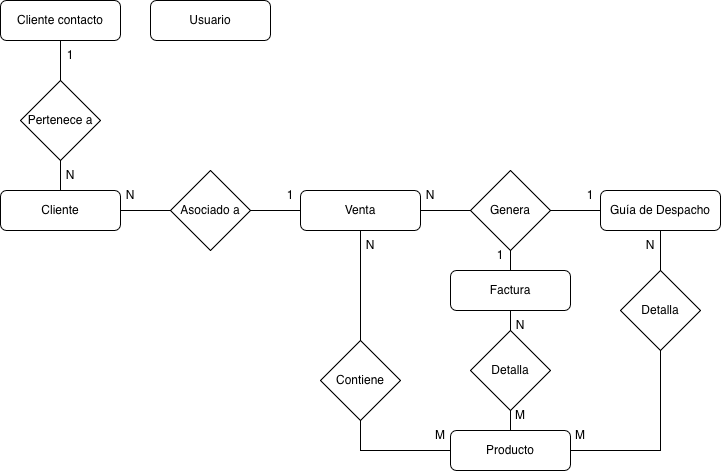
Above: DB/documentacion/entidad_relacion.png in DiegoBan/ProyectoArqSoftware (draw.io), before the change. Source tidied: cells renumbered, new cells last; positions are measured from the earlier drawing's top-left corner, leaving out a move shared by most shapes.
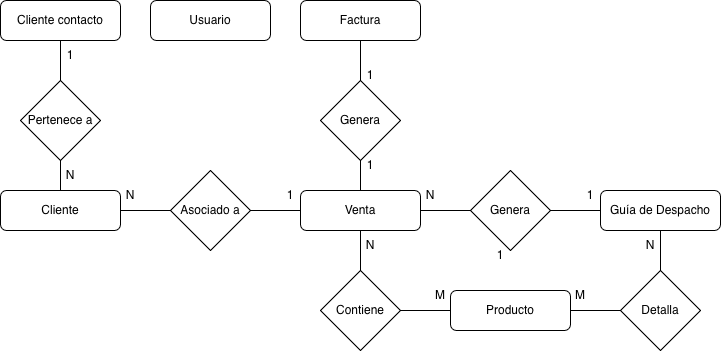
After the commit.

What changed in the source:
```diff
@@ -21,16 +21,16 @@
       <mxGeometry x="600" y="190" width="120" height="40" as="geometry" />
     </mxCell>
     <mxCell id="8" value="Factura" style="rounded=1;whiteSpace=wrap;html=1;fontSize=12;glass=0;strokeWidth=1;shadow=0;" parent="1" vertex="1">
-      <mxGeometry x="450" y="270" width="120" height="40" as="geometry" />
+      <mxGeometry x="300" width="120" height="40" as="geometry" />
     </mxCell>
     <mxCell id="9" value="Detalla" style="rhombus;whiteSpace=wrap;html=1;" parent="1" vertex="1">
       <mxGeometry x="620" y="270" width="80" height="80" as="geometry" />
     </mxCell>
     <mxCell id="10" value="Contiene" style="rhombus;whiteSpace=wrap;html=1;" parent="1" vertex="1">
-      <mxGeometry x="320" y="340" width="80" height="80" as="geometry" />
+      <mxGeometry x="320" y="270" width="80" height="80" as="geometry" />
     </mxCell>
     <mxCell id="11" value="Producto" style="rounded=1;whiteSpace=wrap;html=1;fontSize=12;glass=0;strokeWidth=1;shadow=0;" parent="1" vertex="1">
-      <mxGeometry x="450" y="430" width="120" height="40" as="geometry" />
+      <mxGeometry x="450" y="290" width="120" height="40" as="geometry" />
     </mxCell>
     <mxCell id="12" value="Pertenece a" style="rhombus;whiteSpace=wrap;html=1;" parent="1" vertex="1">
       <mxGeometry x="20" y="80" width="80" height="80" as="geometry" />
@@ -67,26 +67,9 @@
     <mxCell id="22" style="endArrow=none;html=1;rounded=0;exitX=0.5;exitY=1;exitDx=0;exitDy=0;entryX=0.5;entryY=0;entryDx=0;entryDy=0;" parent="1" edge="1" source="7" target="9">
       <mxGeometry relative="1" as="geometry" />
     </mxCell>
-    <mxCell id="23" style="endArrow=none;html=1;rounded=0;exitX=0.5;exitY=1;exitDx=0;exitDy=0;entryX=0.5;entryY=0;entryDx=0;entryDy=0;" parent="1" edge="1" source="6" target="8">
-      <mxGeometry relative="1" as="geometry" />
-    </mxCell>
     <mxCell id="24" style="endArrow=none;html=1;rounded=0;exitX=0.5;exitY=1;exitDx=0;exitDy=0;entryX=0.5;entryY=0;entryDx=0;entryDy=0;" parent="1" edge="1" source="5" target="10">
       <mxGeometry relative="1" as="geometry" />
     </mxCell>
-    <mxCell id="25" style="endArrow=none;html=1;rounded=0;exitX=0.5;exitY=1;exitDx=0;exitDy=0;entryX=1;entryY=0.5;entryDx=0;entryDy=0;" parent="1" edge="1" source="9" target="11">
-      <mxGeometry relative="1" as="geometry">
-        <Array as="points">
-          <mxPoint x="660" y="450" />
-        </Array>
-      </mxGeometry>
-    </mxCell>
-    <mxCell id="26" style="endArrow=none;html=1;rounded=0;exitX=0.5;exitY=1;exitDx=0;exitDy=0;entryX=0;entryY=0.5;entryDx=0;entryDy=0;" parent="1" edge="1" source="10" target="11">
-      <mxGeometry relative="1" as="geometry">
-        <Array as="points">
-          <mxPoint x="360" y="450" />
-        </Array>
-      </mxGeometry>
-    </mxCell>
     <mxCell id="27" value="N" style="text;html=1;whiteSpace=wrap;strokeColor=none;fillColor=none;align=center;verticalAlign=middle;rounded=0;" parent="1" vertex="1">
       <mxGeometry x="100" y="180" width="60" height="30" as="geometry" />
     </mxCell>
@@ -103,31 +86,37 @@
       <mxGeometry x="340" y="230" width="60" height="30" as="geometry" />
     </mxCell>
     <mxCell id="32" value="M" style="text;html=1;whiteSpace=wrap;strokeColor=none;fillColor=none;align=center;verticalAlign=middle;rounded=0;" parent="1" vertex="1">
-      <mxGeometry x="410" y="420" width="60" height="30" as="geometry" />
+      <mxGeometry x="410" y="280" width="60" height="30" as="geometry" />
     </mxCell>
     <mxCell id="33" value="1" style="text;html=1;whiteSpace=wrap;strokeColor=none;fillColor=none;align=center;verticalAlign=middle;rounded=0;" parent="1" vertex="1">
       <mxGeometry x="470" y="240" width="60" height="30" as="geometry" />
     </mxCell>
-    <mxCell id="34" value="Detalla" style="rhombus;whiteSpace=wrap;html=1;" parent="1" vertex="1">
-      <mxGeometry x="470" y="330" width="80" height="80" as="geometry" />
-    </mxCell>
-    <mxCell id="35" style="endArrow=none;html=1;rounded=0;exitX=0.5;exitY=1;exitDx=0;exitDy=0;entryX=0.5;entryY=0;entryDx=0;entryDy=0;" parent="1" edge="1" source="8" target="34">
-      <mxGeometry relative="1" as="geometry" />
-    </mxCell>
-    <mxCell id="36" style="endArrow=none;html=1;rounded=0;exitX=0.5;exitY=1;exitDx=0;exitDy=0;entryX=0.5;entryY=0;entryDx=0;entryDy=0;" parent="1" edge="1" source="34" target="11">
-      <mxGeometry relative="1" as="geometry" />
-    </mxCell>
-    <mxCell id="37" value="N" style="text;html=1;whiteSpace=wrap;strokeColor=none;fillColor=none;align=center;verticalAlign=middle;rounded=0;" parent="1" vertex="1">
-      <mxGeometry x="490" y="310" width="60" height="30" as="geometry" />
-    </mxCell>
-    <mxCell id="38" value="M" style="text;html=1;whiteSpace=wrap;strokeColor=none;fillColor=none;align=center;verticalAlign=middle;rounded=0;" parent="1" vertex="1">
-      <mxGeometry x="490" y="400" width="60" height="30" as="geometry" />
-    </mxCell>
     <mxCell id="39" value="N" style="text;html=1;whiteSpace=wrap;strokeColor=none;fillColor=none;align=center;verticalAlign=middle;rounded=0;" parent="1" vertex="1">
       <mxGeometry x="620" y="230" width="60" height="30" as="geometry" />
     </mxCell>
     <mxCell id="40" value="M" style="text;html=1;whiteSpace=wrap;strokeColor=none;fillColor=none;align=center;verticalAlign=middle;rounded=0;" parent="1" vertex="1">
-      <mxGeometry x="550" y="420" width="60" height="30" as="geometry" />
+      <mxGeometry x="550" y="280" width="60" height="30" as="geometry" />
     </mxCell>
+    <mxCell id="41" value="Genera" style="rhombus;whiteSpace=wrap;html=1;" parent="1" vertex="1">
+      <mxGeometry x="320" y="80" width="80" height="80" as="geometry" />
+    </mxCell>
+    <mxCell id="42" style="endArrow=none;html=1;rounded=0;exitX=0.5;exitY=1;exitDx=0;exitDy=0;entryX=0.5;entryY=0;entryDx=0;entryDy=0;" parent="1" edge="1" source="8" target="41">
+      <mxGeometry relative="1" as="geometry" />
+    </mxCell>
+    <mxCell id="43" style="endArrow=none;html=1;rounded=0;exitX=0.5;exitY=1;exitDx=0;exitDy=0;entryX=0.5;entryY=0;entryDx=0;entryDy=0;" parent="1" edge="1" source="41" target="5">
+      <mxGeometry relative="1" as="geometry" />
+    </mxCell>
+    <mxCell id="44" value="1" style="text;html=1;whiteSpace=wrap;strokeColor=none;fillColor=none;align=center;verticalAlign=middle;rounded=0;" parent="1" vertex="1">
+      <mxGeometry x="340" y="60" width="60" height="30" as="geometry" />
+    </mxCell>
+    <mxCell id="45" value="1" style="text;html=1;whiteSpace=wrap;strokeColor=none;fillColor=none;align=center;verticalAlign=middle;rounded=0;" parent="1" vertex="1">
+      <mxGeometry x="340" y="150" width="60" height="30" as="geometry" />
+    </mxCell>
+    <mxCell id="26" style="endArrow=none;html=1;rounded=0;exitX=1;exitY=0.5;exitDx=0;exitDy=0;entryX=0;entryY=0.5;entryDx=0;entryDy=0;" parent="1" edge="1" source="10" target="11">
+      <mxGeometry relative="1" as="geometry" />
+    </mxCell>
+    <mxCell id="46" style="endArrow=none;html=1;rounded=0;exitX=1;exitY=0.5;exitDx=0;exitDy=0;entryX=0;entryY=0.5;entryDx=0;entryDy=0;" parent="1" edge="1" source="11" target="9">
+      <mxGeometry relative="1" as="geometry" />
+    </mxCell>
   </root>
 </mxGraphModel>
```
